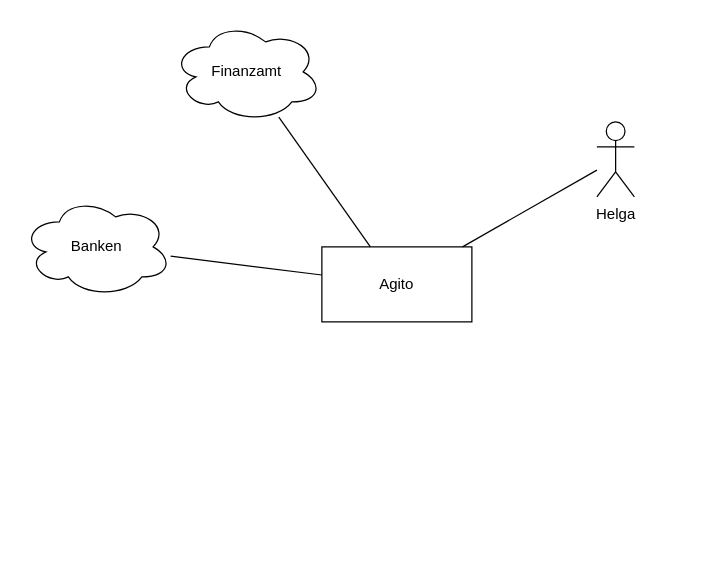
Earlier version of the draw.io diagram page "Systemkontext" (1 of 4) of Untitled Diagram.drawio (DirkPodolakEssquare/agenda). Source tidied: cells renumbered, new cells numbered last; positions are measured from the earlier drawing's top-left corner, leaving out a move shared by most shapes. Both pictures are drawn from the tidied source at 125%, with x=0, y=0 at pixel (21, 21).
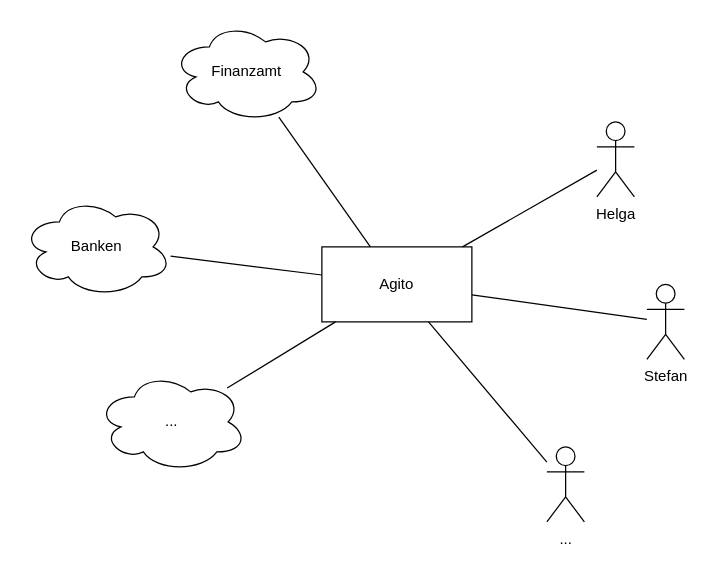
The same diagram, later.

What changed in the source:
```diff
@@
 <mxGraphModel>
   <root>
     <mxCell id="0" />
     <mxCell id="1" parent="0" />
     <mxCell id="2" value="Agito" style="rounded=0;whiteSpace=wrap;html=1;" parent="1" vertex="1">
       <mxGeometry x="240" y="180" width="120" height="60" as="geometry" />
     </mxCell>
     <mxCell id="3" value="Finanzamt" style="ellipse;shape=cloud;whiteSpace=wrap;html=1;" parent="1" vertex="1">
       <mxGeometry x="120" width="120" height="80" as="geometry" />
     </mxCell>
     <mxCell id="4" value="Banken" style="ellipse;shape=cloud;whiteSpace=wrap;html=1;" parent="1" vertex="1">
       <mxGeometry y="140" width="120" height="80" as="geometry" />
     </mxCell>
     <mxCell id="5" style="endArrow=none;html=1;" parent="1" edge="1" source="2" target="4">
       <mxGeometry relative="1" as="geometry" />
     </mxCell>
     <mxCell id="6" style="endArrow=none;html=1;" parent="1" edge="1" source="2" target="3">
       <mxGeometry relative="1" as="geometry" />
     </mxCell>
     <mxCell id="7" value="Helga" style="shape=umlActor;verticalLabelPosition=bottom;verticalAlign=top;html=1;outlineConnect=0;" parent="1" vertex="1">
       <mxGeometry x="460" y="80" width="30" height="60" as="geometry" />
     </mxCell>
     <mxCell id="8" style="endArrow=none;html=1;" parent="1" edge="1" source="2" target="7">
       <mxGeometry relative="1" as="geometry" />
     </mxCell>
+    <mxCell id="9" value="..." style="ellipse;shape=cloud;whiteSpace=wrap;html=1;" parent="1" vertex="1">
+      <mxGeometry x="60" y="280" width="120" height="80" as="geometry" />
+    </mxCell>
+    <mxCell id="10" style="endArrow=none;html=1;" parent="1" edge="1" source="2" target="9">
+      <mxGeometry relative="1" as="geometry" />
+    </mxCell>
+    <mxCell id="11" value="..." style="shape=umlActor;verticalLabelPosition=bottom;verticalAlign=top;html=1;outlineConnect=0;" parent="1" vertex="1">
+      <mxGeometry x="420" y="340" width="30" height="60" as="geometry" />
+    </mxCell>
+    <mxCell id="12" style="endArrow=none;html=1;" parent="1" edge="1" source="2" target="11">
+      <mxGeometry relative="1" as="geometry" />
+    </mxCell>
+    <mxCell id="13" value="Stefan" style="shape=umlActor;verticalLabelPosition=bottom;verticalAlign=top;html=1;outlineConnect=0;" parent="1" vertex="1">
+      <mxGeometry x="500" y="210" width="30" height="60" as="geometry" />
+    </mxCell>
+    <mxCell id="14" style="endArrow=none;html=1;" parent="1" edge="1" source="2" target="13">
+      <mxGeometry relative="1" as="geometry" />
+    </mxCell>
   </root>
 </mxGraphModel>
```
